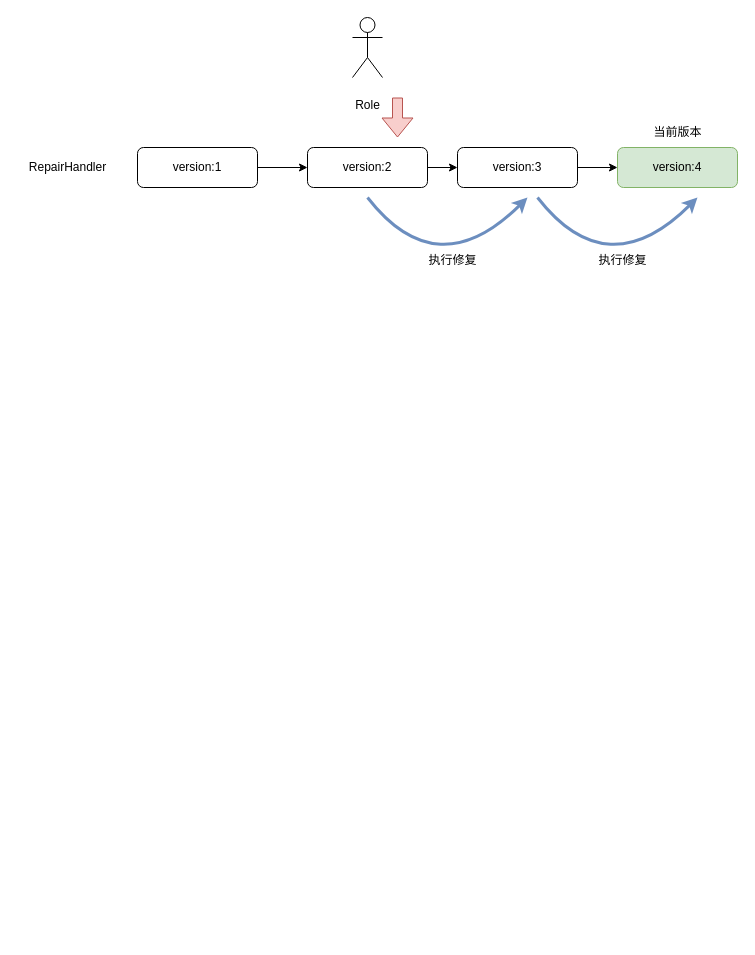
This is SSJJ2/活动积分修复.drawio from Ordertiny/graph, a draw.io file, before an edit. Source tidied: cells renumbered, new cells numbered last; positions are measured from the earlier drawing's top-left corner, leaving out a move shared by most shapes. Both pictures are drawn from the tidied source at 100%, with x=0, y=0 at pixel (17, 17).
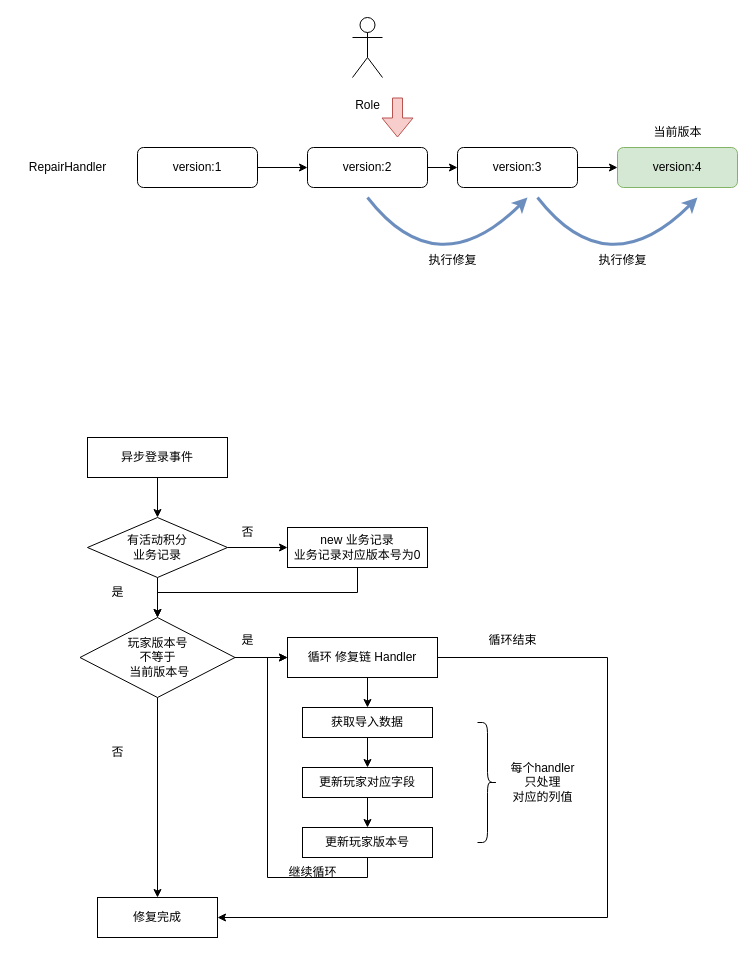
The same diagram, later.

Commit message:
更新活动积分修复.drawio

Change to the diagram source:
```diff
@@
+    <mxCell id="17" style="edgeStyle=orthogonalEdgeStyle;rounded=0;jettySize=auto;html=1;exitX=0.5;exitY=1;exitDx=0;exitDy=0;" parent="1" edge="1" source="18" target="23">
+      <mxGeometry relative="1" as="geometry" />
+    </mxCell>
+    <mxCell id="18" value="异步登录事件" style="rounded=0;whiteSpace=wrap;html=1;" parent="1" vertex="1">
+      <mxGeometry x="70" y="420" width="140" height="40" as="geometry" />
+    </mxCell>
+    <mxCell id="19" style="edgeStyle=orthogonalEdgeStyle;rounded=0;jettySize=auto;html=1;exitX=0.5;exitY=1;exitDx=0;exitDy=0;entryX=0.5;entryY=0;entryDx=0;entryDy=0;" parent="1" edge="1" source="20" target="26">
+      <mxGeometry relative="1" as="geometry" />
+    </mxCell>
+    <mxCell id="20" value="new 业务记录&lt;br&gt;业务记录对应版本号为0" style="rounded=0;whiteSpace=wrap;html=1;" parent="1" vertex="1">
+      <mxGeometry x="270" y="510" width="140" height="40" as="geometry" />
+    </mxCell>
+    <mxCell id="21" style="edgeStyle=orthogonalEdgeStyle;rounded=0;jettySize=auto;html=1;exitX=1;exitY=0.5;exitDx=0;exitDy=0;" parent="1" edge="1" source="23" target="20">
+      <mxGeometry relative="1" as="geometry" />
+    </mxCell>
+    <mxCell id="22" style="edgeStyle=orthogonalEdgeStyle;rounded=0;jettySize=auto;html=1;exitX=0.5;exitY=1;exitDx=0;exitDy=0;entryX=0.5;entryY=0;entryDx=0;entryDy=0;" parent="1" edge="1" source="23" target="26">
+      <mxGeometry relative="1" as="geometry" />
+    </mxCell>
+    <mxCell id="23" value="有活动积分&lt;br&gt;业务记录" style="rhombus;whiteSpace=wrap;html=1;" parent="1" vertex="1">
+      <mxGeometry x="70" y="500" width="140" height="60" as="geometry" />
+    </mxCell>
+    <mxCell id="24" style="edgeStyle=orthogonalEdgeStyle;rounded=0;jettySize=auto;html=1;exitX=1;exitY=0.5;exitDx=0;exitDy=0;" parent="1" edge="1" source="26" target="30">
+      <mxGeometry relative="1" as="geometry" />
+    </mxCell>
+    <mxCell id="25" style="edgeStyle=orthogonalEdgeStyle;rounded=0;jettySize=auto;html=1;exitX=0.5;exitY=1;exitDx=0;exitDy=0;entryX=0.5;entryY=0;entryDx=0;entryDy=0;" parent="1" edge="1" source="26" target="27">
+      <mxGeometry relative="1" as="geometry" />
+    </mxCell>
+    <mxCell id="26" value="玩家版本号 &lt;br&gt;不等于&lt;br&gt;&amp;nbsp;当前版本号" style="rhombus;whiteSpace=wrap;html=1;" parent="1" vertex="1">
+      <mxGeometry x="62.5" y="600" width="155" height="80" as="geometry" />
+    </mxCell>
+    <mxCell id="27" value="修复完成" style="whiteSpace=wrap;html=1;" parent="1" vertex="1">
+      <mxGeometry x="80" y="880" width="120" height="40" as="geometry" />
+    </mxCell>
+    <mxCell id="28" style="edgeStyle=orthogonalEdgeStyle;rounded=0;jettySize=auto;html=1;exitX=0.5;exitY=1;exitDx=0;exitDy=0;entryX=0.5;entryY=0;entryDx=0;entryDy=0;" parent="1" edge="1" source="30" target="32">
+      <mxGeometry relative="1" as="geometry" />
+    </mxCell>
+    <mxCell id="29" style="edgeStyle=orthogonalEdgeStyle;rounded=0;jettySize=auto;html=1;exitX=1;exitY=0.5;exitDx=0;exitDy=0;entryX=1;entryY=0.5;entryDx=0;entryDy=0;" parent="1" edge="1" source="30" target="27">
+      <mxGeometry relative="1" as="geometry">
+        <Array as="points">
+          <mxPoint x="590" y="640" />
+          <mxPoint x="590" y="900" />
+        </Array>
+      </mxGeometry>
+    </mxCell>
+    <mxCell id="30" value="循环 修复链 Handler" style="whiteSpace=wrap;html=1;" parent="1" vertex="1">
+      <mxGeometry x="270" y="620" width="150" height="40" as="geometry" />
+    </mxCell>
+    <mxCell id="31" style="edgeStyle=orthogonalEdgeStyle;rounded=0;jettySize=auto;html=1;exitX=0.5;exitY=1;exitDx=0;exitDy=0;entryX=0.5;entryY=0;entryDx=0;entryDy=0;" parent="1" edge="1" source="32" target="34">
+      <mxGeometry relative="1" as="geometry" />
+    </mxCell>
+    <mxCell id="32" value="获取导入数据" style="whiteSpace=wrap;html=1;" parent="1" vertex="1">
+      <mxGeometry x="285" y="690" width="130" height="30" as="geometry" />
+    </mxCell>
+    <mxCell id="33" style="edgeStyle=orthogonalEdgeStyle;rounded=0;jettySize=auto;html=1;exitX=0.5;exitY=1;exitDx=0;exitDy=0;entryX=0.5;entryY=0;entryDx=0;entryDy=0;" parent="1" edge="1" source="34" target="36">
+      <mxGeometry relative="1" as="geometry" />
+    </mxCell>
+    <mxCell id="34" value="更新玩家对应字段" style="whiteSpace=wrap;html=1;" parent="1" vertex="1">
+      <mxGeometry x="285" y="750" width="130" height="30" as="geometry" />
+    </mxCell>
+    <mxCell id="35" style="edgeStyle=orthogonalEdgeStyle;rounded=0;jettySize=auto;html=1;exitX=0.5;exitY=1;exitDx=0;exitDy=0;entryX=0;entryY=0.5;entryDx=0;entryDy=0;" parent="1" edge="1" source="36" target="30">
+      <mxGeometry relative="1" as="geometry" />
+    </mxCell>
+    <mxCell id="36" value="更新玩家版本号" style="whiteSpace=wrap;html=1;" parent="1" vertex="1">
+      <mxGeometry x="285" y="810" width="130" height="30" as="geometry" />
+    </mxCell>
+    <mxCell id="37" value="每个handler&lt;br&gt;只处理&lt;br&gt;对应的列值" style="text;html=1;align=center;verticalAlign=middle;strokeColor=none;fillColor=none;" parent="1" vertex="1">
+      <mxGeometry x="480" y="735" width="90" height="60" as="geometry" />
+    </mxCell>
+    <mxCell id="38" style="shape=curlyBracket;whiteSpace=wrap;html=1;rounded=1;flipH=1;labelPosition=right;verticalLabelPosition=middle;align=left;verticalAlign=middle;" parent="1" vertex="1">
+      <mxGeometry x="460" y="705" width="20" height="120" as="geometry" />
+    </mxCell>
+    <mxCell id="39" value="循环结束" style="text;html=1;align=center;verticalAlign=middle;strokeColor=none;fillColor=none;" parent="1" vertex="1">
+      <mxGeometry x="460" y="608" width="70" height="30" as="geometry" />
+    </mxCell>
+    <mxCell id="40" value="否" style="text;html=1;align=center;verticalAlign=middle;strokeColor=none;fillColor=none;" parent="1" vertex="1">
+      <mxGeometry x="210" y="500" width="40" height="30" as="geometry" />
+    </mxCell>
+    <mxCell id="41" value="是" style="text;html=1;align=center;verticalAlign=middle;strokeColor=none;fillColor=none;" parent="1" vertex="1">
+      <mxGeometry x="80" y="560" width="40" height="30" as="geometry" />
+    </mxCell>
+    <mxCell id="42" value="是" style="text;html=1;align=center;verticalAlign=middle;strokeColor=none;fillColor=none;" parent="1" vertex="1">
+      <mxGeometry x="210" y="608" width="40" height="30" as="geometry" />
+    </mxCell>
+    <mxCell id="43" value="否" style="text;html=1;align=center;verticalAlign=middle;strokeColor=none;fillColor=none;" parent="1" vertex="1">
+      <mxGeometry x="80" y="720" width="40" height="30" as="geometry" />
+    </mxCell>
+    <mxCell id="44" value="继续循环" style="text;html=1;align=center;verticalAlign=middle;strokeColor=none;fillColor=none;" parent="1" vertex="1">
+      <mxGeometry x="260" y="840" width="70" height="30" as="geometry" />
+    </mxCell>
```
